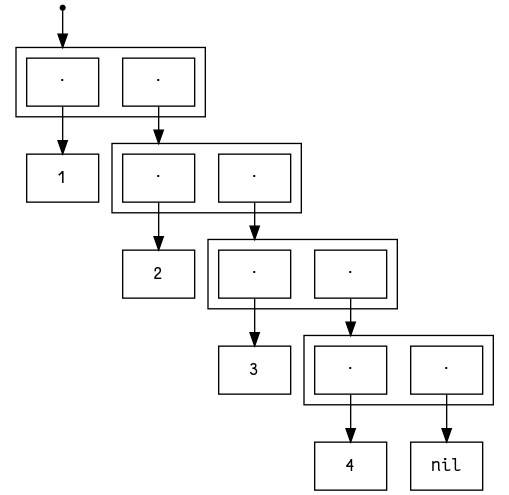
Before: exercises/ex-2-24-box-pointer.png, a diagram exported from Graphviz (patrickbucher/sicp). Its source is kept beside it as exercises/ex-2-24-box-pointer.dot.
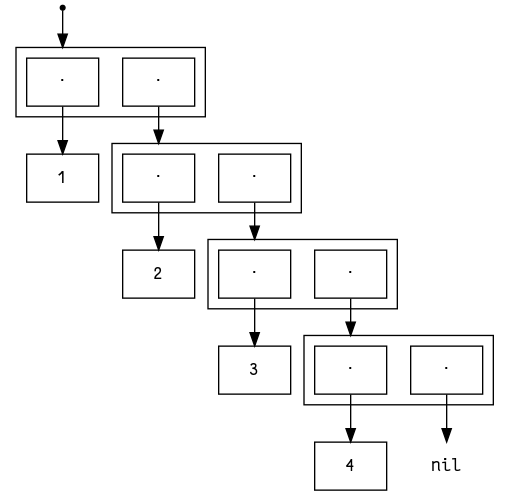
Later version of the same file.

Commit message:
exercise 2.24: fixed nil shape

The edit, as a diff of the source:
```diff
@@ -24,7 +24,7 @@
     Two [label="2"];
     Three [label="3"];
     Four [label="4"];
-    nil [label="nil";rect=plaintext];
+    nil [label="nil";shape=plaintext];
 
     Start -> A [lhead=cluster_one];
     A -> One;
```
